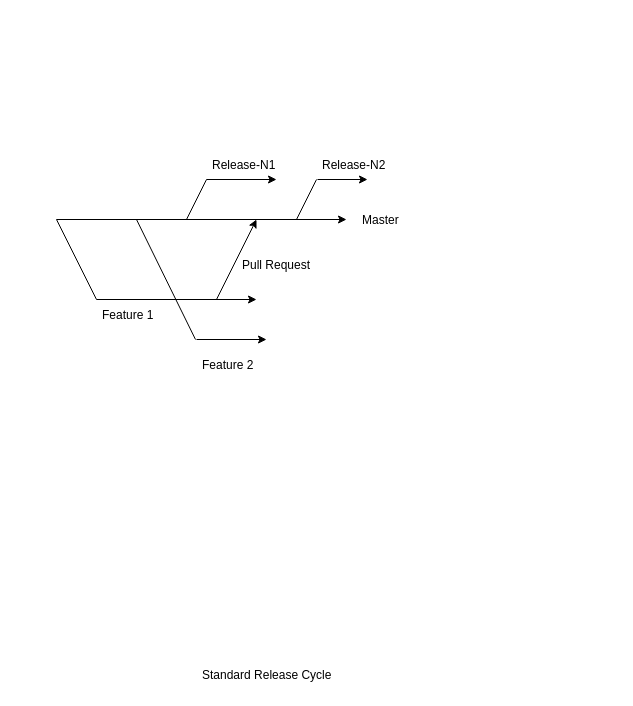
The draw.io diagram Untitled Diagram.drawio in devkinetics/draw.io, before the edit. Source tidied: cells renumbered, new cells numbered last; positions are measured from the earlier drawing's top-left corner, leaving out a move shared by most shapes. Both pictures are drawn from the tidied source at 100%, with x=0, y=0 at pixel (56, 149).
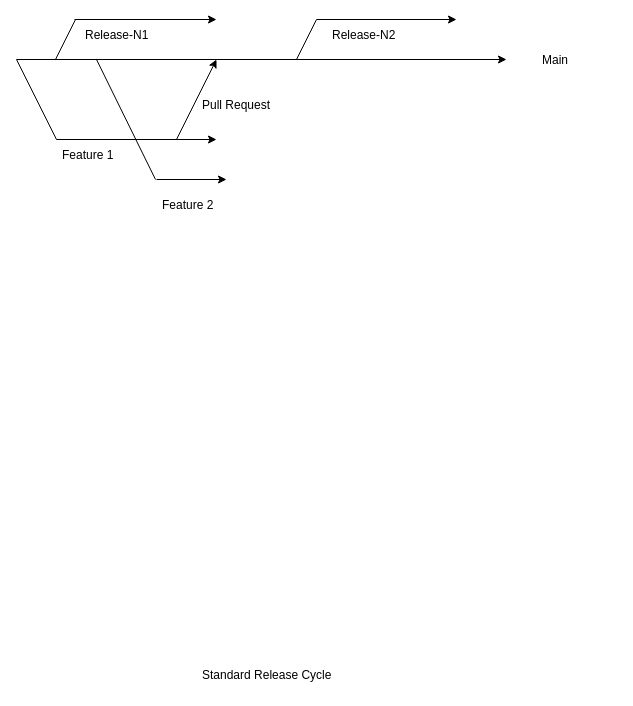
Above is the later version.

Commit message:
Braching Strategy

The edit, as a diff of the source:
```diff
@@
+    <mxCell id="15" value="Release-N1" style="text;strokeColor=none;fillColor=none;align=left;verticalAlign=middle;spacingLeft=4;spacingRight=4;overflow=hidden;" parent="1" vertex="1">
+      <mxGeometry x="23" y="-130" width="107" height="30" as="geometry" />
+    </mxCell>
     <mxCell id="2" style="endArrow=classic;html=1;rounded=0;" parent="1" edge="1">
       <mxGeometry relative="1" as="geometry">
-        <mxPoint y="70" as="sourcePoint" />
-        <mxPoint x="290" y="70" as="targetPoint" />
+        <mxPoint x="-40" y="-90" as="sourcePoint" />
+        <mxPoint x="450" y="-90" as="targetPoint" />
       </mxGeometry>
     </mxCell>
     <mxCell id="3" style="endArrow=none;html=1;rounded=0;" parent="1" edge="1">
       <mxGeometry relative="1" as="geometry">
-        <mxPoint y="70" as="sourcePoint" />
-        <mxPoint x="40" y="150" as="targetPoint" />
+        <mxPoint x="-40" y="-90" as="sourcePoint" />
+        <mxPoint y="-10" as="targetPoint" />
       </mxGeometry>
     </mxCell>
     <mxCell id="4" style="endArrow=classic;html=1;rounded=0;" parent="1" edge="1">
       <mxGeometry relative="1" as="geometry">
-        <mxPoint x="40" y="150" as="sourcePoint" />
-        <mxPoint x="200" y="150" as="targetPoint" />
+        <mxPoint y="-10" as="sourcePoint" />
+        <mxPoint x="160" y="-10" as="targetPoint" />
       </mxGeometry>
     </mxCell>
-    <mxCell id="5" value="Master" style="text;strokeColor=none;fillColor=none;align=left;verticalAlign=middle;spacingLeft=4;spacingRight=4;overflow=hidden;" parent="1" vertex="1">
-      <mxGeometry x="300" y="55" width="80" height="30" as="geometry" />
+    <mxCell id="5" value="Main" style="text;strokeColor=none;fillColor=none;align=left;verticalAlign=middle;spacingLeft=4;spacingRight=4;overflow=hidden;" parent="1" vertex="1">
+      <mxGeometry x="480" y="-105" width="80" height="30" as="geometry" />
     </mxCell>
     <mxCell id="6" value="Feature 1" style="text;strokeColor=none;fillColor=none;align=left;verticalAlign=middle;spacingLeft=4;spacingRight=4;overflow=hidden;" parent="1" vertex="1">
-      <mxGeometry x="40" y="150" width="80" height="30" as="geometry" />
+      <mxGeometry y="-10" width="80" height="30" as="geometry" />
     </mxCell>
     <mxCell id="7" style="endArrow=none;html=1;rounded=0;entryX=0.238;entryY=0;entryDx=0;entryDy=0;entryPerimeter=0;" parent="1" edge="1">
       <mxGeometry relative="1" as="geometry">
-        <mxPoint x="80" y="70" as="sourcePoint" />
-        <mxPoint x="139" y="190" as="targetPoint" />
+        <mxPoint x="40" y="-90" as="sourcePoint" />
+        <mxPoint x="99" y="30" as="targetPoint" />
       </mxGeometry>
     </mxCell>
     <mxCell id="8" style="endArrow=classic;html=1;rounded=0;" parent="1" edge="1">
       <mxGeometry relative="1" as="geometry">
-        <mxPoint x="140" y="190" as="sourcePoint" />
-        <mxPoint x="210" y="190" as="targetPoint" />
+        <mxPoint x="100" y="30" as="sourcePoint" />
+        <mxPoint x="170" y="30" as="targetPoint" />
       </mxGeometry>
     </mxCell>
     <mxCell id="9" value="Feature 2" style="text;strokeColor=none;fillColor=none;align=left;verticalAlign=middle;spacingLeft=4;spacingRight=4;overflow=hidden;" parent="1" vertex="1">
-      <mxGeometry x="140" y="200" width="80" height="30" as="geometry" />
+      <mxGeometry x="100" y="40" width="80" height="30" as="geometry" />
     </mxCell>
     <mxCell id="10" style="endArrow=classic;html=1;rounded=0;" parent="1" edge="1">
       <mxGeometry relative="1" as="geometry">
-        <mxPoint x="160" y="150" as="sourcePoint" />
-        <mxPoint x="200" y="70" as="targetPoint" />
+        <mxPoint x="120" y="-10" as="sourcePoint" />
+        <mxPoint x="160" y="-90" as="targetPoint" />
       </mxGeometry>
     </mxCell>
     <mxCell id="11" value="Pull Request" style="text;strokeColor=none;fillColor=none;align=left;verticalAlign=middle;spacingLeft=4;spacingRight=4;overflow=hidden;" parent="1" vertex="1">
-      <mxGeometry x="180" y="100" width="80" height="30" as="geometry" />
+      <mxGeometry x="140" y="-60" width="80" height="30" as="geometry" />
     </mxCell>
@@
     <mxCell id="13" style="endArrow=none;html=1;rounded=0;" parent="1" edge="1">
       <mxGeometry relative="1" as="geometry">
-        <mxPoint x="130" y="70" as="sourcePoint" />
-        <mxPoint x="150" y="30" as="targetPoint" />
+        <mxPoint x="-1" y="-90" as="sourcePoint" />
+        <mxPoint x="19" y="-130" as="targetPoint" />
       </mxGeometry>
     </mxCell>
     <mxCell id="14" style="endArrow=classic;html=1;rounded=0;" parent="1" edge="1">
       <mxGeometry relative="1" as="geometry">
-        <mxPoint x="150" y="30" as="sourcePoint" />
-        <mxPoint x="220" y="30" as="targetPoint" />
+        <mxPoint x="18" y="-130" as="sourcePoint" />
+        <mxPoint x="160" y="-130" as="targetPoint" />
       </mxGeometry>
     </mxCell>
-    <mxCell id="15" value="Release-N1" style="text;strokeColor=none;fillColor=none;align=left;verticalAlign=middle;spacingLeft=4;spacingRight=4;overflow=hidden;" parent="1" vertex="1">
-      <mxGeometry x="150" width="80" height="30" as="geometry" />
-    </mxCell>
     <mxCell id="16" style="endArrow=none;html=1;rounded=0;" parent="1" edge="1">
       <mxGeometry relative="1" as="geometry">
-        <mxPoint x="240" y="70" as="sourcePoint" />
-        <mxPoint x="260" y="30" as="targetPoint" />
+        <mxPoint x="240" y="-90" as="sourcePoint" />
+        <mxPoint x="260" y="-130" as="targetPoint" />
       </mxGeometry>
     </mxCell>
     <mxCell id="17" style="endArrow=classic;html=1;rounded=0;" parent="1" edge="1">
       <mxGeometry relative="1" as="geometry">
-        <mxPoint x="261" y="30" as="sourcePoint" />
-        <mxPoint x="311" y="30" as="targetPoint" />
+        <mxPoint x="260" y="-130" as="sourcePoint" />
+        <mxPoint x="400" y="-130" as="targetPoint" />
       </mxGeometry>
     </mxCell>
     <mxCell id="18" value="Release-N2" style="text;strokeColor=none;fillColor=none;align=left;verticalAlign=middle;spacingLeft=4;spacingRight=4;overflow=hidden;" parent="1" vertex="1">
-      <mxGeometry x="260" width="80" height="30" as="geometry" />
+      <mxGeometry x="270" y="-130" width="80" height="30" as="geometry" />
     </mxCell>
```
